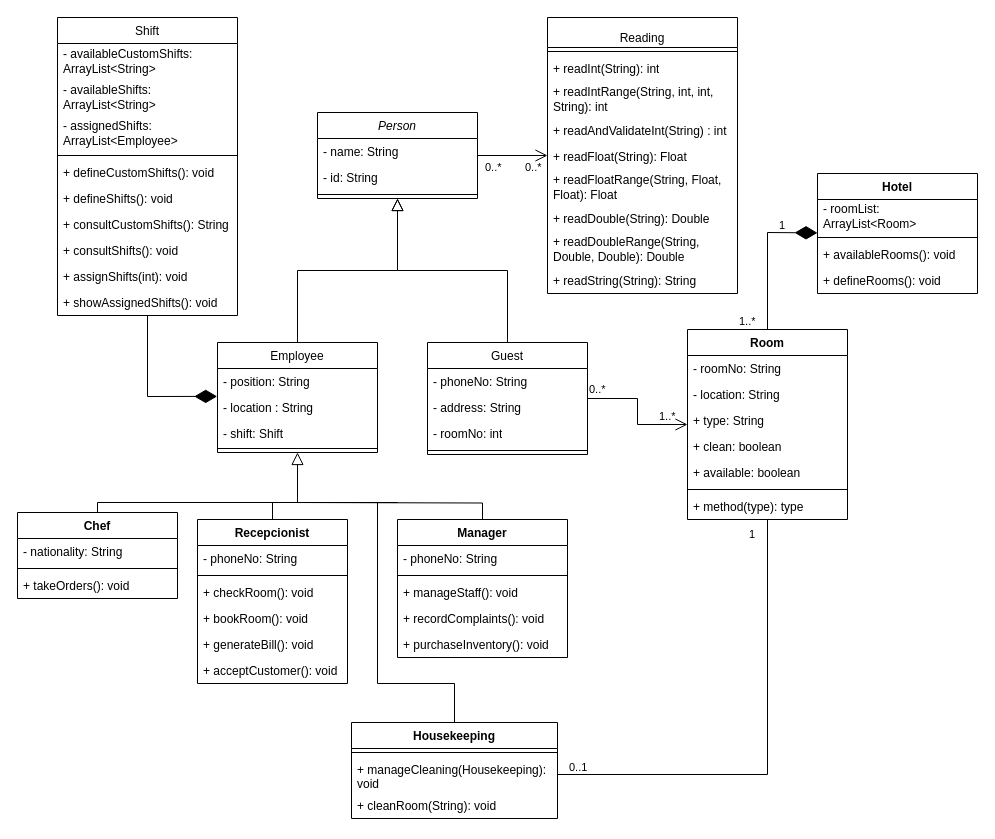
mesasg/HotelTecnicas keeps this draw.io diagram as files/HotelFollowers.drawio. Above is the earlier version. Source tidied: cells renumbered, new cells numbered last; positions are measured from the earlier drawing's top-left corner, leaving out a move shared by most shapes. Both pictures are drawn from the tidied source at 100%, with x=0, y=0 at pixel (17, 17).
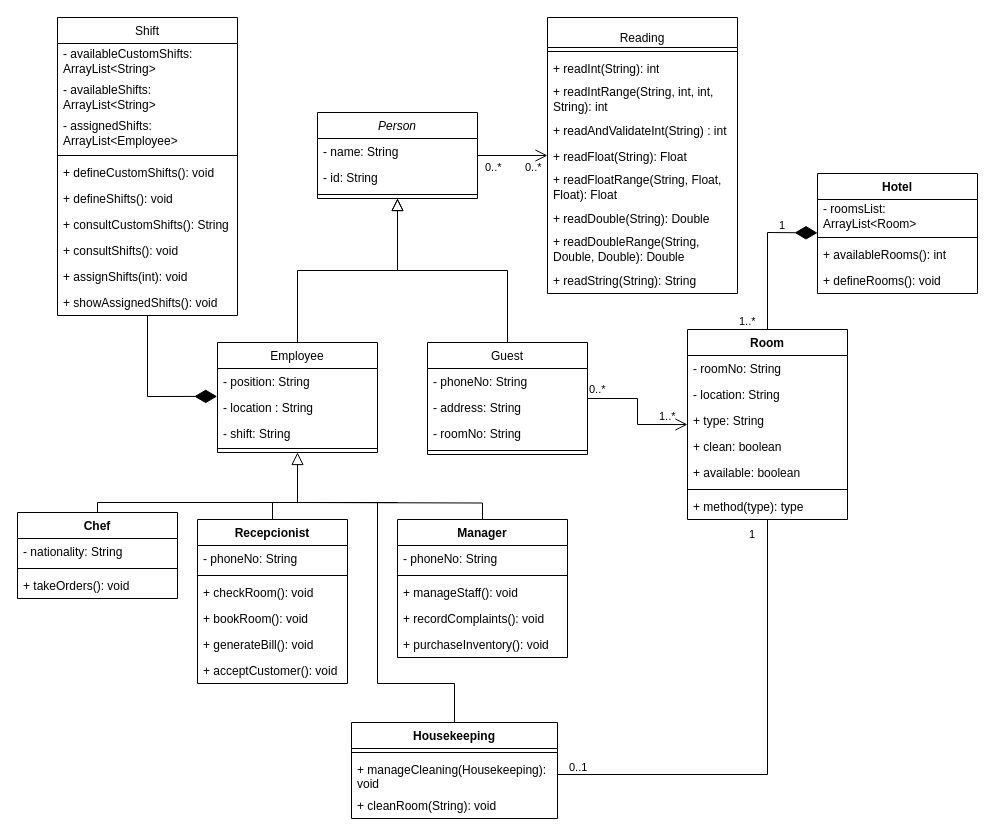
After the change.

The change refers to these unchanged cells:
```xml
<mxCell id="7" value="Employee" style="swimlane;fontStyle=0;align=center;verticalAlign=top;horizontal=1;startSize=26;rounded=0;shadow=0;strokeWidth=1;" parent="1" vertex="1">
  <mxGeometry x="200" y="325" width="160" height="110" as="geometry" />
</mxCell>
<mxCell id="14" value="Guest" style="swimlane;fontStyle=0;align=center;verticalAlign=top;horizontal=1;startSize=26;rounded=0;shadow=0;strokeWidth=1;" parent="1" vertex="1">
  <mxGeometry x="410" y="325" width="160" height="112" as="geometry" />
</mxCell>
<mxCell id="75" value="Hotel" style="swimlane;fontStyle=1;align=center;verticalAlign=top;horizontal=1;startSize=26;whiteSpace=wrap;html=1;" parent="1" vertex="1">
  <mxGeometry x="800" y="156" width="160" height="120" as="geometry" />
</mxCell>
```

The edit, as a diff of the source:
```diff
@@
-    <mxCell id="10" value="- shift: Shift" style="text;align=left;verticalAlign=top;spacingLeft=4;spacingRight=4;overflow=hidden;" parent="7" vertex="1">
+    <mxCell id="10" value="- shift: String" style="text;align=left;verticalAlign=top;spacingLeft=4;spacingRight=4;overflow=hidden;" parent="7" vertex="1">
       <mxGeometry y="78" width="160" height="24" as="geometry" />
     </mxCell>
@@
-    <mxCell id="17" value="- roomNo: int" style="text;strokeColor=none;fillColor=none;align=left;verticalAlign=top;spacingLeft=4;spacingRight=4;overflow=hidden;whiteSpace=wrap;html=1;" parent="14" vertex="1">
+    <mxCell id="17" value="- roomNo: String" style="text;strokeColor=none;fillColor=none;align=left;verticalAlign=top;spacingLeft=4;spacingRight=4;overflow=hidden;whiteSpace=wrap;html=1;" parent="14" vertex="1">
       <mxGeometry y="78" width="160" height="26" as="geometry" />
     </mxCell>
@@
-    <mxCell id="76" value="- roomList: ArrayList&amp;lt;Room&amp;gt;&amp;nbsp;" style="text;strokeColor=none;fillColor=none;align=left;verticalAlign=middle;spacingLeft=4;spacingRight=4;overflow=hidden;whiteSpace=wrap;html=1;" parent="75" vertex="1">
+    <mxCell id="76" value="- roomsList: ArrayList&amp;lt;Room&amp;gt;&amp;nbsp;" style="text;strokeColor=none;fillColor=none;align=left;verticalAlign=middle;spacingLeft=4;spacingRight=4;overflow=hidden;whiteSpace=wrap;html=1;" parent="75" vertex="1">
       <mxGeometry y="26" width="160" height="34" as="geometry" />
     </mxCell>
@@
-    <mxCell id="78" value="+ availableRooms(): void" style="text;strokeColor=none;fillColor=none;align=left;verticalAlign=top;spacingLeft=4;spacingRight=4;overflow=hidden;whiteSpace=wrap;html=1;" parent="75" vertex="1">
+    <mxCell id="78" value="+ availableRooms(): int" style="text;strokeColor=none;fillColor=none;align=left;verticalAlign=top;spacingLeft=4;spacingRight=4;overflow=hidden;whiteSpace=wrap;html=1;" parent="75" vertex="1">
       <mxGeometry y="68" width="160" height="26" as="geometry" />
     </mxCell>
```
